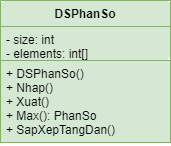
The draw.io diagram labs/02-classes-and-objects/src/PhanSo/DSPhanSo.png in nd-hung/oop, before a commit. Source tidied: cells renumbered, new cells last; positions are measured from the earlier drawing's top-left corner, leaving out a move shared by most shapes.
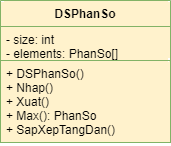
The same diagram one commit later.

Commit message:
fix model error

What changed in the source:
```diff
@@ -2,16 +2,16 @@
   <root>
     <mxCell id="0" />
     <mxCell id="1" parent="0" />
-    <mxCell id="2" value="DSPhanSo" style="swimlane;fontStyle=1;align=center;verticalAlign=top;horizontal=1;startSize=26;fillColor=#d5e8d4;strokeColor=#82b366;" parent="1" vertex="1">
+    <mxCell id="2" value="DSPhanSo" style="swimlane;fontStyle=1;align=center;verticalAlign=top;horizontal=1;startSize=26;fillColor=#FFF2CC;strokeColor=#82b366;" parent="1" vertex="1">
       <mxGeometry width="170" height="142" as="geometry" />
     </mxCell>
-    <mxCell id="3" value="- size: int&#10;- elements: int[]" style="text;strokeColor=#82b366;fillColor=#d5e8d4;align=left;verticalAlign=top;spacingLeft=4;spacingRight=4;overflow=hidden;" parent="2" vertex="1">
+    <mxCell id="3" value="- size: int&#10;- elements: PhanSo[]" style="text;strokeColor=#82b366;fillColor=#FFF2CC;align=left;verticalAlign=top;spacingLeft=4;spacingRight=4;overflow=hidden;" parent="2" vertex="1">
       <mxGeometry y="26" width="170" height="34" as="geometry" />
     </mxCell>
-    <mxCell id="4" style="line;strokeWidth=1;fillColor=#d5e8d4;align=left;verticalAlign=middle;spacingTop=-1;spacingLeft=3;spacingRight=3;labelPosition=right;strokeColor=#82b366;" parent="2" vertex="1">
+    <mxCell id="4" style="line;strokeWidth=1;fillColor=#FFF2CC;align=left;verticalAlign=middle;spacingTop=-1;spacingLeft=3;spacingRight=3;labelPosition=right;strokeColor=#82b366;" parent="2" vertex="1">
       <mxGeometry y="60" width="170" as="geometry" />
     </mxCell>
-    <mxCell id="5" value="+ DSPhanSo()&#10;+ Nhap()&#10;+ Xuat()&#10;+ Max(): PhanSo&#10;+ SapXepTangDan()&#10;" style="text;strokeColor=#82b366;fillColor=#d5e8d4;align=left;verticalAlign=top;spacingLeft=4;spacingRight=4;overflow=hidden;" parent="2" vertex="1">
+    <mxCell id="5" value="+ DSPhanSo()&#10;+ Nhap()&#10;+ Xuat()&#10;+ Max(): PhanSo&#10;+ SapXepTangDan()&#10;" style="text;strokeColor=#82b366;fillColor=#FFF2CC;align=left;verticalAlign=top;spacingLeft=4;spacingRight=4;overflow=hidden;" parent="2" vertex="1">
       <mxGeometry y="60" width="170" height="82" as="geometry" />
     </mxCell>
   </root>
```
